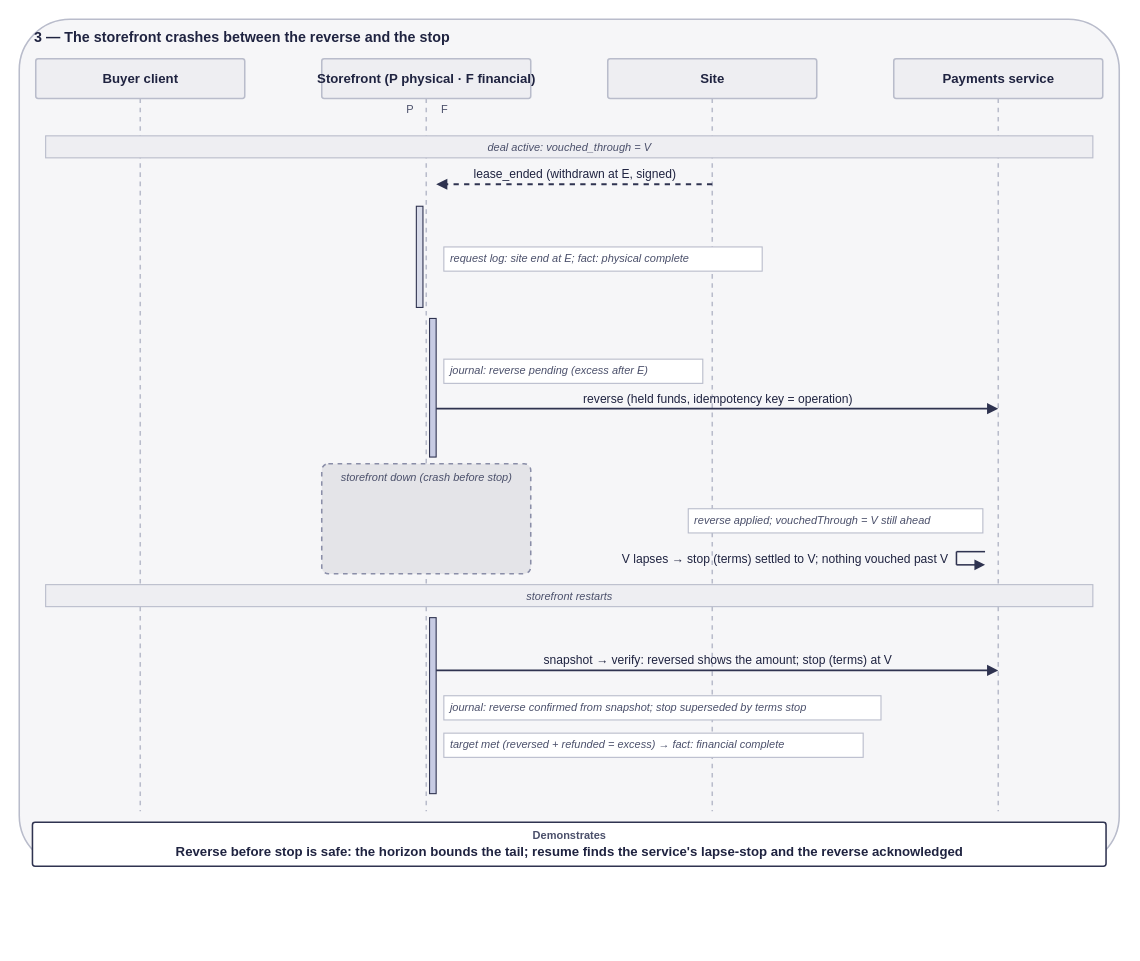
The draw.io diagram openspec/changes/converge-ongoing-compute-leases/diagrams/03-crash-between-reverse-and-stop.drawio in arkhai-io/simple-compute-market, before the edit. Source tidied: cells renumbered, new cells numbered last; positions are measured from the earlier drawing's top-left corner, leaving out a move shared by most shapes. Both pictures are drawn from the tidied source at 110%, with x=0, y=0 at pixel (19, 19).
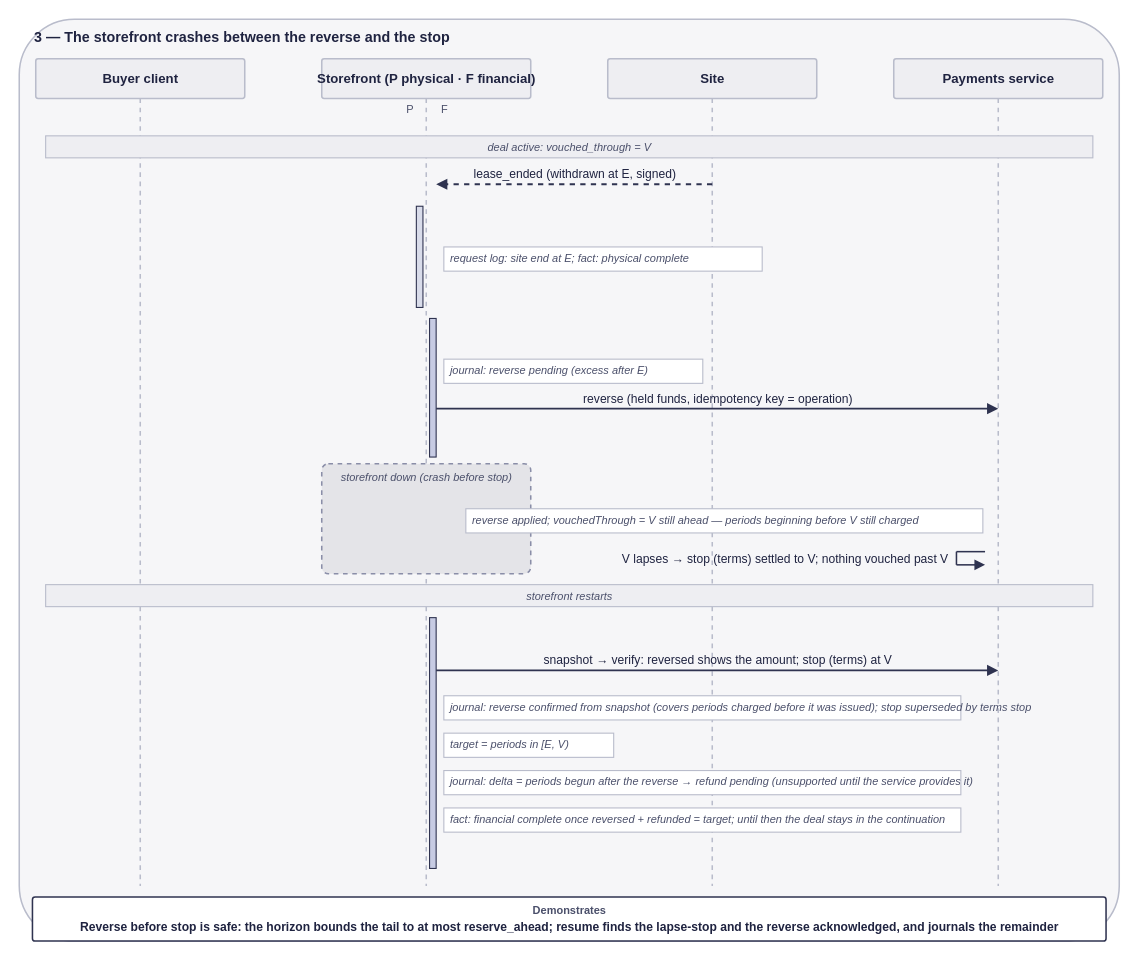
The same diagram, later.

Commit message (it also covers changes not shown here):
Journal the periods that begin between the reverse and the lapse in scenario 3

The edit, as a diff of the source:
```diff
@@
     <mxCell id="2" style="rounded=1;arcSize=6;whiteSpace=wrap;html=1;fillColor=#f6f6f8;strokeColor=#b9bccb;strokeWidth=1.4;dashed=0;" parent="1" vertex="1">
-      <mxGeometry width="1000" height="770" as="geometry" />
+      <mxGeometry width="1000" height="838" as="geometry" />
     </mxCell>
@@
     <mxCell id="12" style="endArrow=none;endFill=0;strokeColor=#b9bccb;strokeWidth=1.4;html=1;dashed=1;" parent="1" edge="1">
       <mxGeometry relative="1" as="geometry">
         <mxPoint x="110" y="72" as="sourcePoint" />
-        <mxPoint x="110" y="720" as="targetPoint" />
+        <mxPoint x="110" y="788" as="targetPoint" />
       </mxGeometry>
     </mxCell>
     <mxCell id="13" style="endArrow=none;endFill=0;strokeColor=#b9bccb;strokeWidth=1.4;html=1;dashed=1;" parent="1" edge="1">
       <mxGeometry relative="1" as="geometry">
         <mxPoint x="370" y="72" as="sourcePoint" />
-        <mxPoint x="370" y="720" as="targetPoint" />
+        <mxPoint x="370" y="788" as="targetPoint" />
       </mxGeometry>
     </mxCell>
     <mxCell id="14" style="endArrow=none;endFill=0;strokeColor=#b9bccb;strokeWidth=1.4;html=1;dashed=1;" parent="1" edge="1">
       <mxGeometry relative="1" as="geometry">
         <mxPoint x="630" y="72" as="sourcePoint" />
-        <mxPoint x="630" y="720" as="targetPoint" />
+        <mxPoint x="630" y="788" as="targetPoint" />
       </mxGeometry>
     </mxCell>
     <mxCell id="15" style="endArrow=none;endFill=0;strokeColor=#b9bccb;strokeWidth=1.4;html=1;dashed=1;" parent="1" edge="1">
       <mxGeometry relative="1" as="geometry">
         <mxPoint x="890" y="72" as="sourcePoint" />
-        <mxPoint x="890" y="720" as="targetPoint" />
+        <mxPoint x="890" y="788" as="targetPoint" />
       </mxGeometry>
     </mxCell>
@@
     <mxCell id="18" style="rounded=0;arcSize=6;whiteSpace=wrap;html=1;fillColor=#c7cbe3;strokeColor=#2f3350;strokeWidth=1;dashed=0;" parent="1" vertex="1">
-      <mxGeometry x="373" y="544" width="6" height="160" as="geometry" />
+      <mxGeometry x="373" y="544" width="6" height="228" as="geometry" />
     </mxCell>
@@
     <mxCell id="33" style="rounded=0;arcSize=6;whiteSpace=wrap;html=1;fillColor=#ffffff;strokeColor=#b9bccb;strokeWidth=1;dashed=0;" parent="1" vertex="1">
-      <mxGeometry x="608.2" y="445" width="267.8" height="22" as="geometry" />
+      <mxGeometry x="406" y="445" width="470" height="22" as="geometry" />
     </mxCell>
-    <mxCell id="34" value="reverse applied; vouchedThrough = V still ahead" style="text;html=1;align=left;verticalAlign=middle;whiteSpace=nowrap;fontSize=10;fontColor=#4a4f6a;fontStyle=2;fontFamily=Helvetica;" parent="1" vertex="1">
-      <mxGeometry x="612.2" y="447" width="259.8" height="16" as="geometry" />
+    <mxCell id="34" value="reverse applied; vouchedThrough = V still ahead — periods beginning before V still charged" style="text;html=1;align=left;verticalAlign=middle;whiteSpace=nowrap;fontSize=10;fontColor=#4a4f6a;fontStyle=2;fontFamily=Helvetica;" parent="1" vertex="1">
+      <mxGeometry x="410" y="447" width="462" height="16" as="geometry" />
     </mxCell>
@@
     <mxCell id="43" style="rounded=0;arcSize=6;whiteSpace=wrap;html=1;fillColor=#ffffff;strokeColor=#b9bccb;strokeWidth=1;dashed=0;" parent="1" vertex="1">
-      <mxGeometry x="386" y="615" width="397.4" height="22" as="geometry" />
+      <mxGeometry x="386" y="615" width="470" height="22" as="geometry" />
     </mxCell>
-    <mxCell id="44" value="journal: reverse confirmed from snapshot; stop superseded by terms stop" style="text;html=1;align=left;verticalAlign=middle;whiteSpace=nowrap;fontSize=10;fontColor=#4a4f6a;fontStyle=2;fontFamily=Helvetica;" parent="1" vertex="1">
-      <mxGeometry x="390" y="617" width="389.4" height="16" as="geometry" />
+    <mxCell id="44" value="journal: reverse confirmed from snapshot (covers periods charged before it was issued); stop superseded by terms stop" style="text;html=1;align=left;verticalAlign=middle;whiteSpace=nowrap;fontSize=10;fontColor=#4a4f6a;fontStyle=2;fontFamily=Helvetica;" parent="1" vertex="1">
+      <mxGeometry x="390" y="617" width="462" height="16" as="geometry" />
     </mxCell>
     <mxCell id="45" style="rounded=0;arcSize=6;whiteSpace=wrap;html=1;fillColor=#ffffff;strokeColor=#b9bccb;strokeWidth=1;dashed=0;" parent="1" vertex="1">
-      <mxGeometry x="386" y="649" width="381.2" height="22" as="geometry" />
+      <mxGeometry x="386" y="649" width="154.4" height="22" as="geometry" />
     </mxCell>
-    <mxCell id="46" value="target met (reversed + refunded = excess) → fact: financial complete" style="text;html=1;align=left;verticalAlign=middle;whiteSpace=nowrap;fontSize=10;fontColor=#4a4f6a;fontStyle=2;fontFamily=Helvetica;" parent="1" vertex="1">
-      <mxGeometry x="390" y="651" width="373.2" height="16" as="geometry" />
+    <mxCell id="46" value="target = periods in [E, V)" style="text;html=1;align=left;verticalAlign=middle;whiteSpace=nowrap;fontSize=10;fontColor=#4a4f6a;fontStyle=2;fontFamily=Helvetica;" parent="1" vertex="1">
+      <mxGeometry x="390" y="651" width="146.4" height="16" as="geometry" />
     </mxCell>
-    <mxCell id="47" style="rounded=1;arcSize=6;whiteSpace=wrap;html=1;fillColor=#ffffff;strokeColor=#2f3350;strokeWidth=1.4;dashed=0;" parent="1" vertex="1">
-      <mxGeometry x="12" y="730" width="976" height="40" as="geometry" />
+    <mxCell id="47" style="rounded=0;arcSize=6;whiteSpace=wrap;html=1;fillColor=#ffffff;strokeColor=#b9bccb;strokeWidth=1;dashed=0;" parent="1" vertex="1">
+      <mxGeometry x="386" y="683" width="470" height="22" as="geometry" />
     </mxCell>
-    <mxCell id="48" value="Demonstrates" style="text;html=1;align=center;verticalAlign=middle;whiteSpace=nowrap;fontSize=10;fontColor=#4a4f6a;fontStyle=1;fontFamily=Helvetica;" parent="1" vertex="1">
-      <mxGeometry x="12" y="734" width="976" height="16" as="geometry" />
+    <mxCell id="48" value="journal: delta = periods begun after the reverse → refund pending (unsupported until the service provides it)" style="text;html=1;align=left;verticalAlign=middle;whiteSpace=nowrap;fontSize=10;fontColor=#4a4f6a;fontStyle=2;fontFamily=Helvetica;" parent="1" vertex="1">
+      <mxGeometry x="390" y="685" width="462" height="16" as="geometry" />
     </mxCell>
-    <mxCell id="49" value="Reverse before stop is safe: the horizon bounds the tail; resume finds the service's lapse-stop and the reverse acknowledged" style="text;html=1;align=center;verticalAlign=middle;whiteSpace=nowrap;fontSize=12;fontColor=#1f2340;fontStyle=1;fontFamily=Helvetica;" parent="1" vertex="1">
-      <mxGeometry x="12" y="748" width="976" height="18" as="geometry" />
+    <mxCell id="49" style="rounded=0;arcSize=6;whiteSpace=wrap;html=1;fillColor=#ffffff;strokeColor=#b9bccb;strokeWidth=1;dashed=0;" parent="1" vertex="1">
+      <mxGeometry x="386" y="717" width="470" height="22" as="geometry" />
     </mxCell>
+    <mxCell id="50" value="fact: financial complete once reversed + refunded = target; until then the deal stays in the continuation" style="text;html=1;align=left;verticalAlign=middle;whiteSpace=nowrap;fontSize=10;fontColor=#4a4f6a;fontStyle=2;fontFamily=Helvetica;" parent="1" vertex="1">
+      <mxGeometry x="390" y="719" width="462" height="16" as="geometry" />
+    </mxCell>
+    <mxCell id="51" style="rounded=1;arcSize=6;whiteSpace=wrap;html=1;fillColor=#ffffff;strokeColor=#2f3350;strokeWidth=1.4;dashed=0;" parent="1" vertex="1">
+      <mxGeometry x="12" y="798" width="976" height="40" as="geometry" />
+    </mxCell>
+    <mxCell id="52" value="Demonstrates" style="text;html=1;align=center;verticalAlign=middle;whiteSpace=nowrap;fontSize=10;fontColor=#4a4f6a;fontStyle=1;fontFamily=Helvetica;" parent="1" vertex="1">
+      <mxGeometry x="12" y="802" width="976" height="16" as="geometry" />
+    </mxCell>
+    <mxCell id="53" value="Reverse before stop is safe: the horizon bounds the tail to at most reserve_ahead; resume finds the lapse-stop and the reverse acknowledged, and journals the remainder" style="text;html=1;align=center;verticalAlign=middle;whiteSpace=nowrap;fontSize=11;fontColor=#1f2340;fontStyle=1;fontFamily=Helvetica;" parent="1" vertex="1">
+      <mxGeometry x="12" y="816" width="976" height="17" as="geometry" />
+    </mxCell>
```
